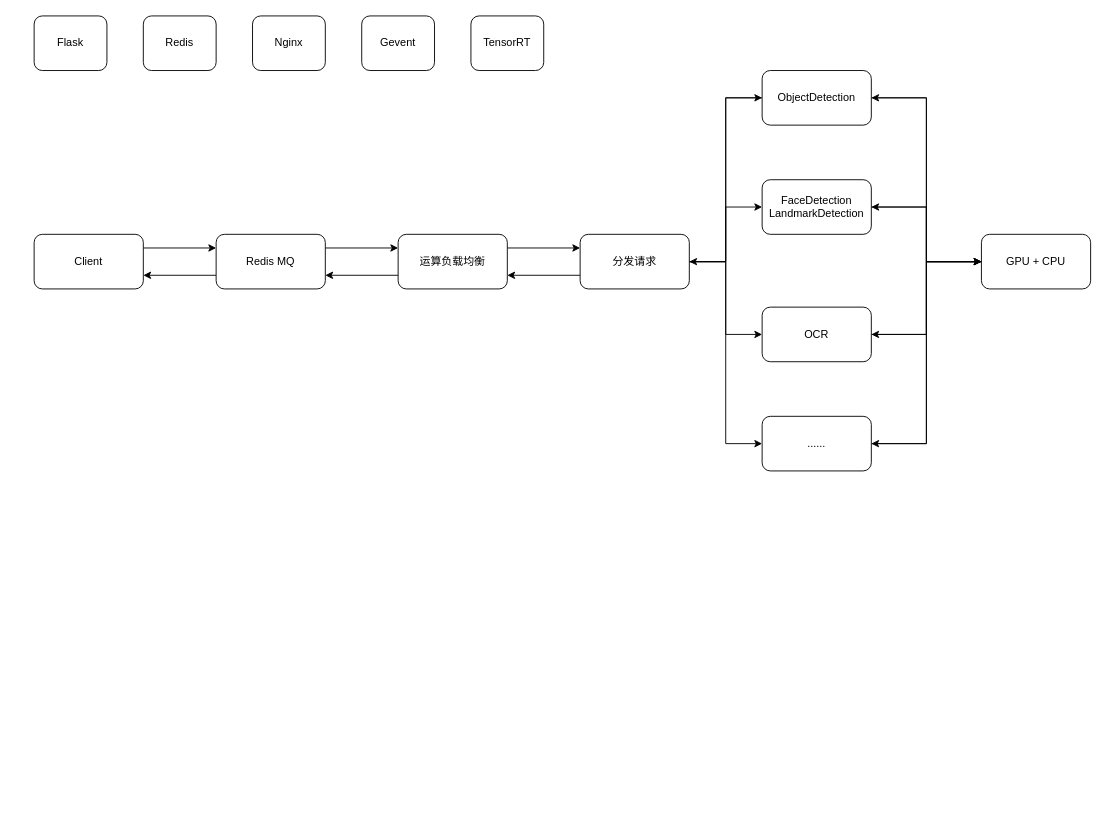
Earlier version of the draw.io diagram System Design.drawio (houance/CV-API-PlatForm). Source tidied: cells renumbered, new cells numbered last; positions are measured from the earlier drawing's top-left corner, leaving out a move shared by most shapes. Both pictures are drawn from the tidied source at 91%, with x=0, y=0 at pixel (34, 15).
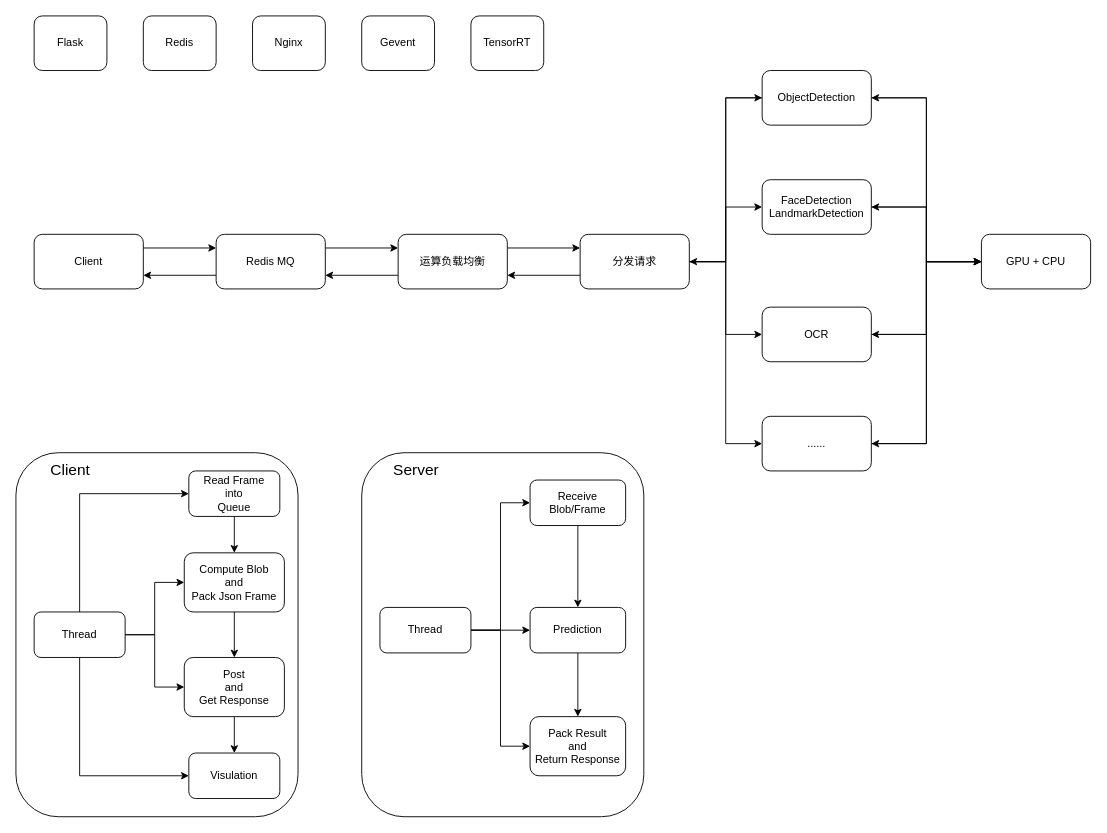
The same diagram, later.

What changed in the source:
```diff
@@
+    <mxCell id="35" style="rounded=1;whiteSpace=wrap;html=1;" parent="1" vertex="1">
+      <mxGeometry x="-20" y="480" width="310" height="400" as="geometry" />
+    </mxCell>
+    <mxCell id="36" value="&lt;font style=&quot;font-size: 17px&quot;&gt;Client&lt;/font&gt;" style="text;html=1;strokeColor=none;fillColor=none;align=center;verticalAlign=middle;whiteSpace=wrap;rounded=0;" parent="1" vertex="1">
+      <mxGeometry x="10" y="480" width="60" height="40" as="geometry" />
+    </mxCell>
+    <mxCell id="37" style="edgeStyle=orthogonalEdgeStyle;rounded=0;jettySize=auto;html=1;entryX=0;entryY=0.5;entryDx=0;entryDy=0;" parent="1" edge="1" source="41" target="43">
+      <mxGeometry relative="1" as="geometry">
+        <Array as="points">
+          <mxPoint x="50" y="525" />
+        </Array>
+      </mxGeometry>
+    </mxCell>
+    <mxCell id="38" style="edgeStyle=orthogonalEdgeStyle;rounded=0;jettySize=auto;html=1;entryX=0;entryY=0.5;entryDx=0;entryDy=0;" parent="1" edge="1" source="41" target="46">
+      <mxGeometry relative="1" as="geometry">
+        <Array as="points">
+          <mxPoint x="50" y="835" />
+        </Array>
+      </mxGeometry>
+    </mxCell>
+    <mxCell id="39" style="edgeStyle=orthogonalEdgeStyle;rounded=0;jettySize=auto;html=1;entryX=0;entryY=0.5;entryDx=0;entryDy=0;" parent="1" edge="1" source="41" target="45">
+      <mxGeometry relative="1" as="geometry" />
+    </mxCell>
+    <mxCell id="40" style="edgeStyle=orthogonalEdgeStyle;rounded=0;jettySize=auto;html=1;entryX=0;entryY=0.5;entryDx=0;entryDy=0;" parent="1" edge="1" source="41" target="48">
+      <mxGeometry relative="1" as="geometry" />
+    </mxCell>
+    <mxCell id="41" value="Thread" style="rounded=1;whiteSpace=wrap;html=1;" parent="1" vertex="1">
+      <mxGeometry y="655" width="100" height="50" as="geometry" />
+    </mxCell>
+    <mxCell id="42" style="edgeStyle=orthogonalEdgeStyle;rounded=0;jettySize=auto;html=1;entryX=0.5;entryY=0;entryDx=0;entryDy=0;" parent="1" edge="1" source="43" target="45">
+      <mxGeometry relative="1" as="geometry" />
+    </mxCell>
+    <mxCell id="43" value="Read Frame&lt;br&gt;into&lt;br&gt;Queue" style="rounded=1;whiteSpace=wrap;html=1;" parent="1" vertex="1">
+      <mxGeometry x="170" y="500" width="100" height="50" as="geometry" />
+    </mxCell>
+    <mxCell id="44" style="edgeStyle=orthogonalEdgeStyle;rounded=0;jettySize=auto;html=1;entryX=0.5;entryY=0;entryDx=0;entryDy=0;" parent="1" edge="1" source="45" target="48">
+      <mxGeometry relative="1" as="geometry" />
+    </mxCell>
+    <mxCell id="45" value="Compute Blob&lt;br&gt;and&lt;br&gt;Pack Json Frame" style="rounded=1;whiteSpace=wrap;html=1;" parent="1" vertex="1">
+      <mxGeometry x="165" y="590" width="110" height="65" as="geometry" />
+    </mxCell>
+    <mxCell id="46" value="Visulation" style="rounded=1;whiteSpace=wrap;html=1;" parent="1" vertex="1">
+      <mxGeometry x="170" y="810" width="100" height="50" as="geometry" />
+    </mxCell>
+    <mxCell id="47" style="edgeStyle=orthogonalEdgeStyle;rounded=0;jettySize=auto;html=1;entryX=0.5;entryY=0;entryDx=0;entryDy=0;" parent="1" edge="1" source="48" target="46">
+      <mxGeometry relative="1" as="geometry" />
+    </mxCell>
+    <mxCell id="48" value="Post&lt;br&gt;and&lt;br&gt;Get Response" style="rounded=1;whiteSpace=wrap;html=1;" parent="1" vertex="1">
+      <mxGeometry x="165" y="705" width="110" height="65" as="geometry" />
+    </mxCell>
+    <mxCell id="49" style="rounded=1;whiteSpace=wrap;html=1;" parent="1" vertex="1">
+      <mxGeometry x="360" y="480" width="310" height="400" as="geometry" />
+    </mxCell>
+    <mxCell id="50" value="&lt;font style=&quot;font-size: 17px&quot;&gt;Server&lt;/font&gt;" style="text;html=1;strokeColor=none;fillColor=none;align=center;verticalAlign=middle;whiteSpace=wrap;rounded=0;" parent="1" vertex="1">
+      <mxGeometry x="390" y="480" width="60" height="40" as="geometry" />
+    </mxCell>
+    <mxCell id="51" style="edgeStyle=orthogonalEdgeStyle;rounded=0;jettySize=auto;html=1;entryX=0;entryY=0.5;entryDx=0;entryDy=0;" parent="1" edge="1" source="54" target="57">
+      <mxGeometry relative="1" as="geometry" />
+    </mxCell>
+    <mxCell id="52" style="edgeStyle=orthogonalEdgeStyle;rounded=0;jettySize=auto;html=1;entryX=0;entryY=0.5;entryDx=0;entryDy=0;" parent="1" edge="1" source="54" target="56">
+      <mxGeometry relative="1" as="geometry" />
+    </mxCell>
+    <mxCell id="53" style="edgeStyle=orthogonalEdgeStyle;rounded=0;jettySize=auto;html=1;entryX=0;entryY=0.5;entryDx=0;entryDy=0;" parent="1" edge="1" source="54" target="59">
+      <mxGeometry relative="1" as="geometry" />
+    </mxCell>
+    <mxCell id="54" value="Thread" style="rounded=1;whiteSpace=wrap;html=1;" parent="1" vertex="1">
+      <mxGeometry x="380" y="650" width="100" height="50" as="geometry" />
+    </mxCell>
+    <mxCell id="55" style="edgeStyle=orthogonalEdgeStyle;rounded=0;jettySize=auto;html=1;entryX=0.5;entryY=0;entryDx=0;entryDy=0;" parent="1" edge="1" source="56" target="59">
+      <mxGeometry relative="1" as="geometry" />
+    </mxCell>
+    <mxCell id="56" value="Receive Blob/Frame" style="rounded=1;whiteSpace=wrap;html=1;" parent="1" vertex="1">
+      <mxGeometry x="545" y="510" width="105" height="50" as="geometry" />
+    </mxCell>
+    <mxCell id="57" value="Pack Result&lt;br&gt;and&lt;br&gt;Return Response" style="rounded=1;whiteSpace=wrap;html=1;" parent="1" vertex="1">
+      <mxGeometry x="545" y="770" width="105" height="65" as="geometry" />
+    </mxCell>
+    <mxCell id="58" style="edgeStyle=orthogonalEdgeStyle;rounded=0;jettySize=auto;html=1;entryX=0.5;entryY=0;entryDx=0;entryDy=0;" parent="1" edge="1" source="59" target="57">
+      <mxGeometry relative="1" as="geometry" />
+    </mxCell>
+    <mxCell id="59" value="Prediction" style="rounded=1;whiteSpace=wrap;html=1;" parent="1" vertex="1">
+      <mxGeometry x="545" y="650" width="105" height="50" as="geometry" />
+    </mxCell>
```
